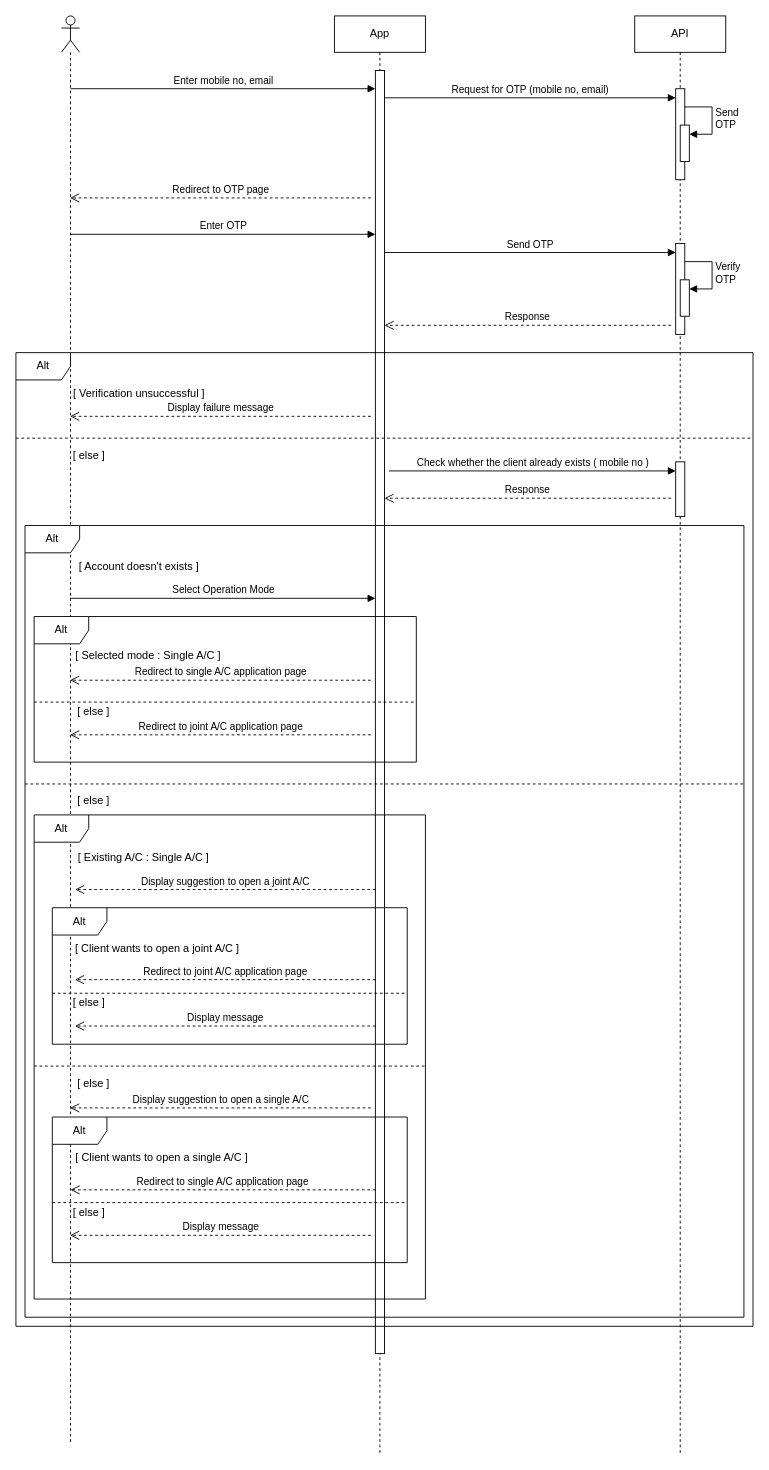
Eritra064/test_repo keeps this draw.io diagram as page "Page-4" (4 of 5) of src/assets/onboarding_first_demo.drawio. Above is the earlier version. Source tidied: cells renumbered, new cells numbered last; positions are measured from the earlier drawing's top-left corner, leaving out a move shared by most shapes. Both pictures are drawn from the tidied source at 91%, with x=0, y=0 at pixel (15, 15).
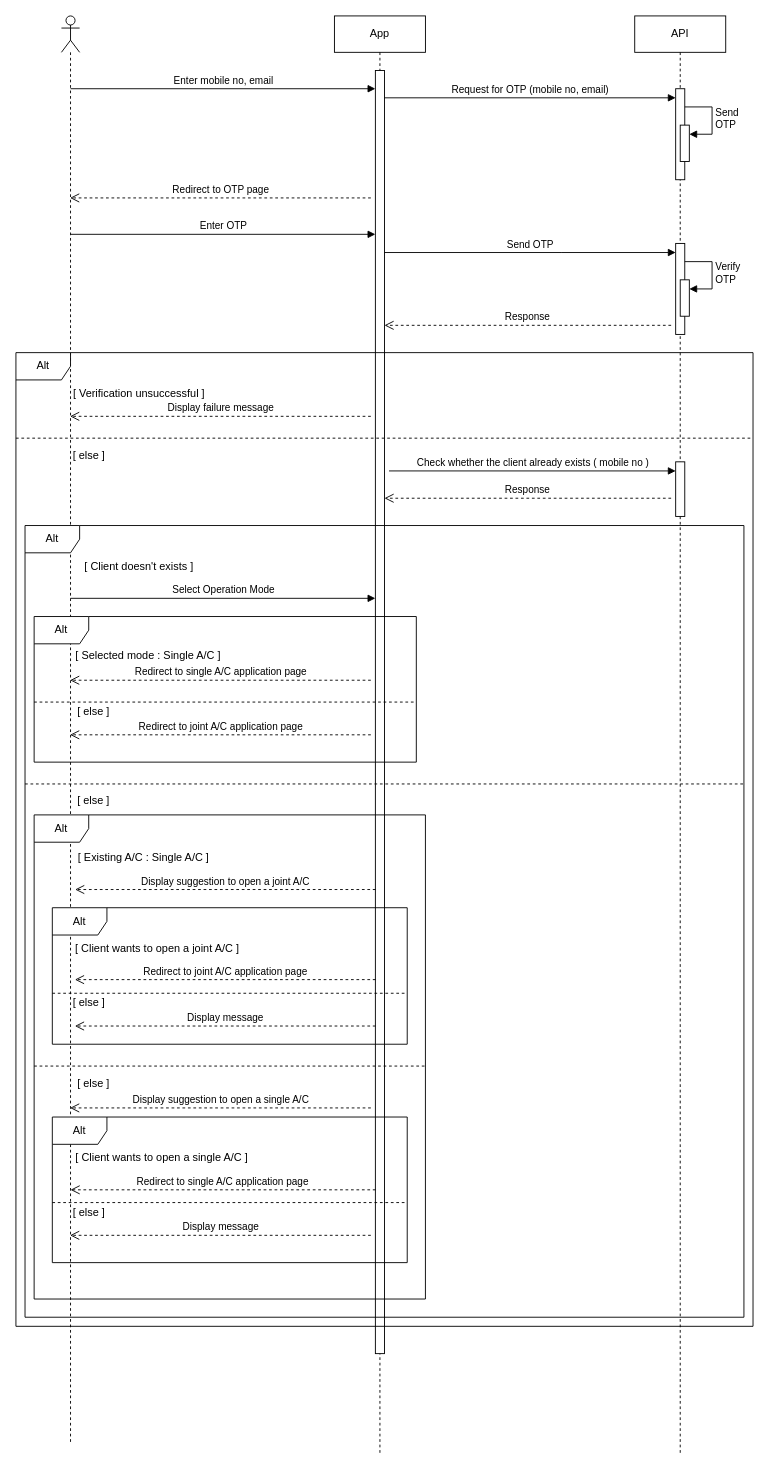
After the change.

What changed in the source:
```diff
@@
-    <mxCell id="27" value="[ Account doesn't exists ]" style="text;html=1;align=center;verticalAlign=middle;strokeColor=none;fillColor=none;" parent="1" vertex="1">
-      <mxGeometry x="55" y="590" width="160" height="30" as="geometry" />
+    <mxCell id="27" value="[ Client doesn't exists ]" style="text;html=1;align=center;verticalAlign=middle;strokeColor=none;fillColor=none;" parent="1" vertex="1">
+      <mxGeometry x="65" y="590" width="140" height="30" as="geometry" />
     </mxCell>
```
